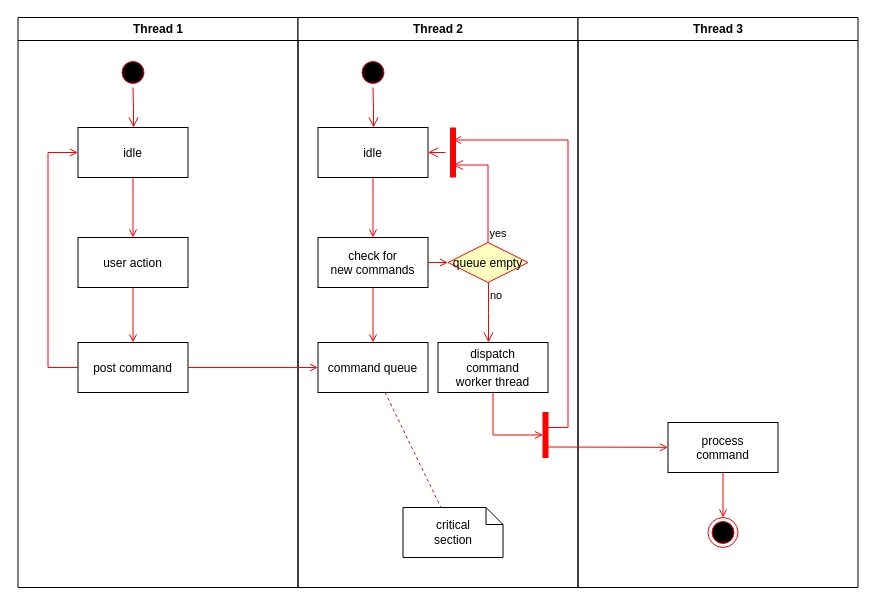
The draw.io diagram Untitled Diagram.drawio in stevenmchaves/test-draw-io, before the edit. Source tidied: cells renumbered, new cells numbered last; positions are measured from the earlier drawing's top-left corner, leaving out a move shared by most shapes. Both pictures are drawn from the tidied source at 100%, with x=0, y=0 at pixel (17, 17).
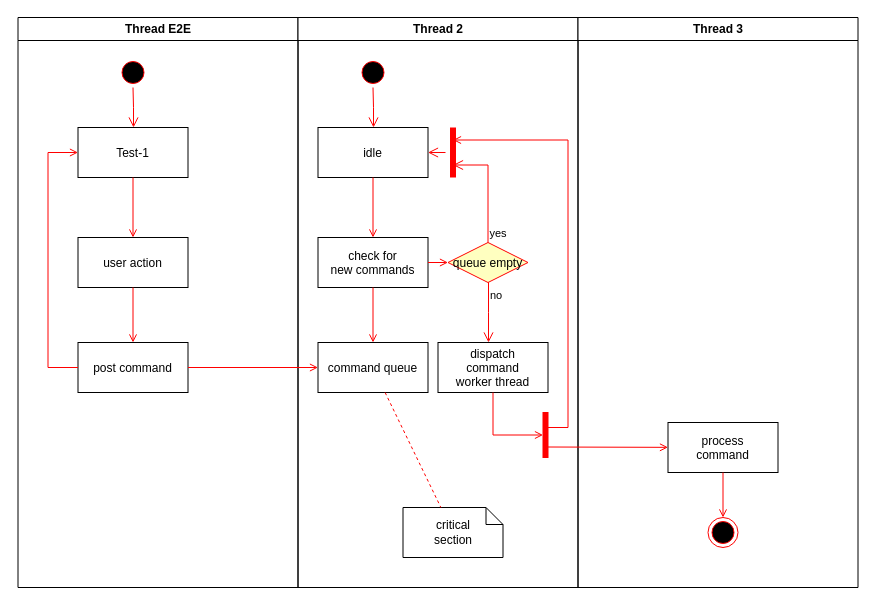
The same diagram, later.

Commit message:
CHANGED PAGE NAME

Diff of the diagram source:
```diff
@@
-    <mxCell id="2" value="Thread 1" style="swimlane;whiteSpace=wrap;" parent="1" vertex="1">
+    <mxCell id="2" value="Thread E2E" style="swimlane;whiteSpace=wrap;" parent="1" vertex="1">
       <mxGeometry x="0.5" width="280" height="570" as="geometry" />
     </mxCell>
@@
-    <mxCell id="5" value="idle" parent="2" vertex="1">
+    <mxCell id="5" value="Test-1" parent="2" vertex="1">
       <mxGeometry x="60" y="110" width="110" height="50" as="geometry" />
     </mxCell>
```
